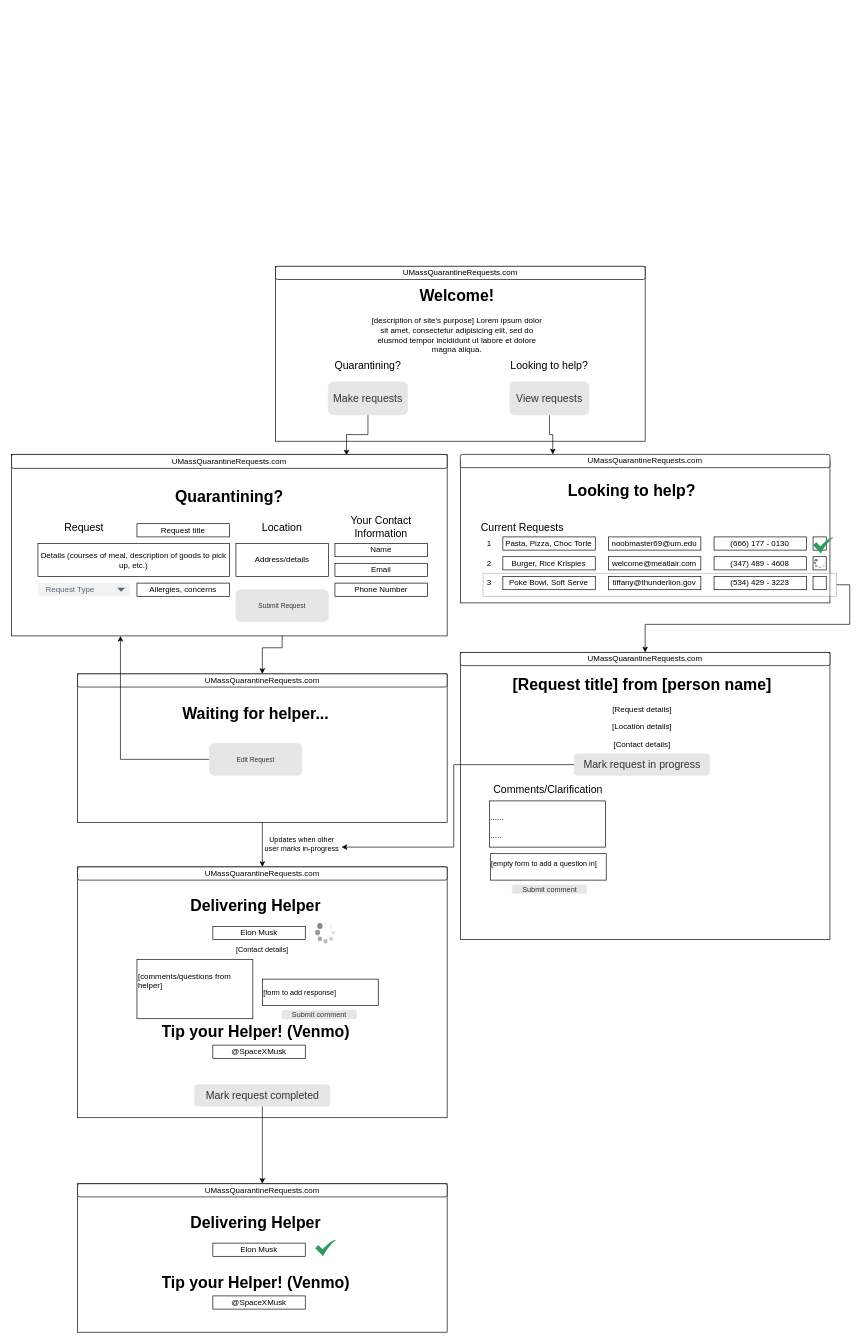
Earlier version of the draw.io diagram docs/diagrams/homepage.drawio (grievans/cs326-final-vav). Source tidied: cells renumbered, new cells numbered last; positions are measured from the earlier drawing's top-left corner, leaving out a move shared by most shapes. Both pictures are drawn from the tidied source at 66%, with x=0, y=0 at pixel (11, 266).
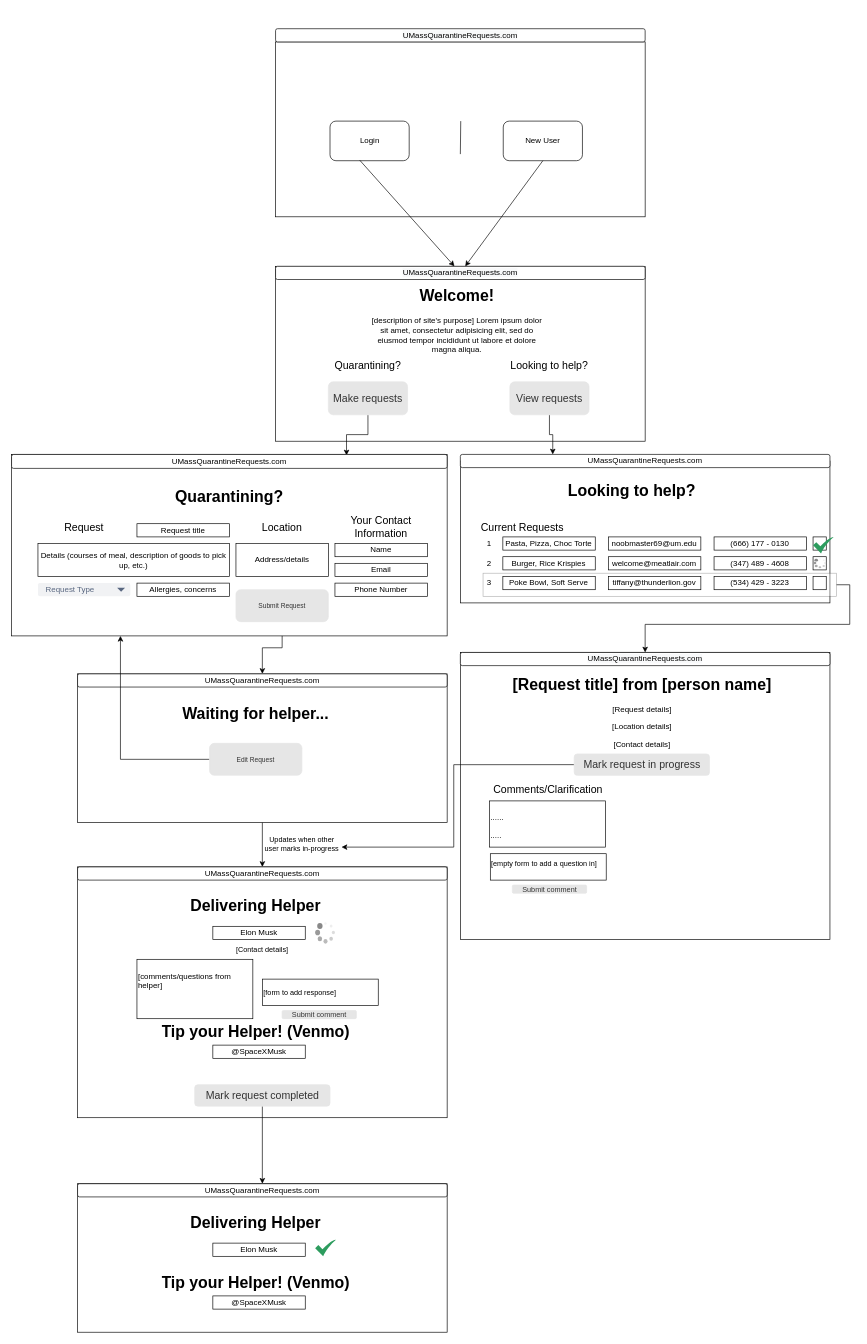
Above is the later version.

Unchanged cells that the change refers to:
```xml
<mxCell id="10" value="&#10;&#10;&lt;span style=&quot;color: rgb(0, 0, 0); font-family: helvetica; font-size: 12px; font-style: normal; font-weight: 400; letter-spacing: normal; text-align: center; text-indent: 0px; text-transform: none; word-spacing: 0px; background-color: rgb(248, 249, 250); display: inline; float: none;&quot;&gt;UMassQuarantineRequests.com&lt;/span&gt;&#10;&#10;" style="rounded=1;whiteSpace=wrap;html=1;" parent="1" vertex="1">
  <mxGeometry x="400" width="560" height="20" as="geometry" />
</mxCell>
```

Change to the diagram source:
```diff
@@
+    <mxCell id="87" style="rounded=0;whiteSpace=wrap;html=1;" parent="1" vertex="1">
+      <mxGeometry x="400" y="-340" width="560" height="265" as="geometry" />
+    </mxCell>
+    <mxCell id="88" value="&#10;&#10;&lt;span style=&quot;color: rgb(0, 0, 0); font-family: helvetica; font-size: 12px; font-style: normal; font-weight: 400; letter-spacing: normal; text-align: center; text-indent: 0px; text-transform: none; word-spacing: 0px; background-color: rgb(248, 249, 250); display: inline; float: none;&quot;&gt;UMassQuarantineRequests.com&lt;/span&gt;&#10;&#10;" style="rounded=1;whiteSpace=wrap;html=1;" parent="1" vertex="1">
+      <mxGeometry x="400" y="-360" width="560" height="20" as="geometry" />
+    </mxCell>
+    <mxCell id="89" style="endArrow=none;html=1;rounded=0;" parent="1" edge="1">
+      <mxGeometry relative="1" as="geometry">
+        <mxPoint x="680" y="-170" as="sourcePoint" />
+        <mxPoint x="680.6" y="-220" as="targetPoint" />
+      </mxGeometry>
+    </mxCell>
+    <mxCell id="90" value="Login" style="rounded=1;whiteSpace=wrap;html=1;" parent="1" vertex="1">
+      <mxGeometry x="482.5" y="-220" width="120" height="60" as="geometry" />
+    </mxCell>
+    <mxCell id="91" value="New User" style="rounded=1;whiteSpace=wrap;html=1;" parent="1" vertex="1">
+      <mxGeometry x="745" y="-220" width="120" height="60" as="geometry" />
+    </mxCell>
+    <mxCell id="92" style="endArrow=classic;html=1;rounded=0;exitX=0.376;exitY=0.988;exitDx=0;exitDy=0;exitPerimeter=0;" parent="1" edge="1" source="90" target="10">
+      <mxGeometry relative="1" as="geometry" />
+    </mxCell>
+    <mxCell id="93" style="endArrow=classic;html=1;rounded=0;exitX=0.5;exitY=1;exitDx=0;exitDy=0;" parent="1" edge="1" source="91" target="10">
+      <mxGeometry relative="1" as="geometry" />
+    </mxCell>
```
